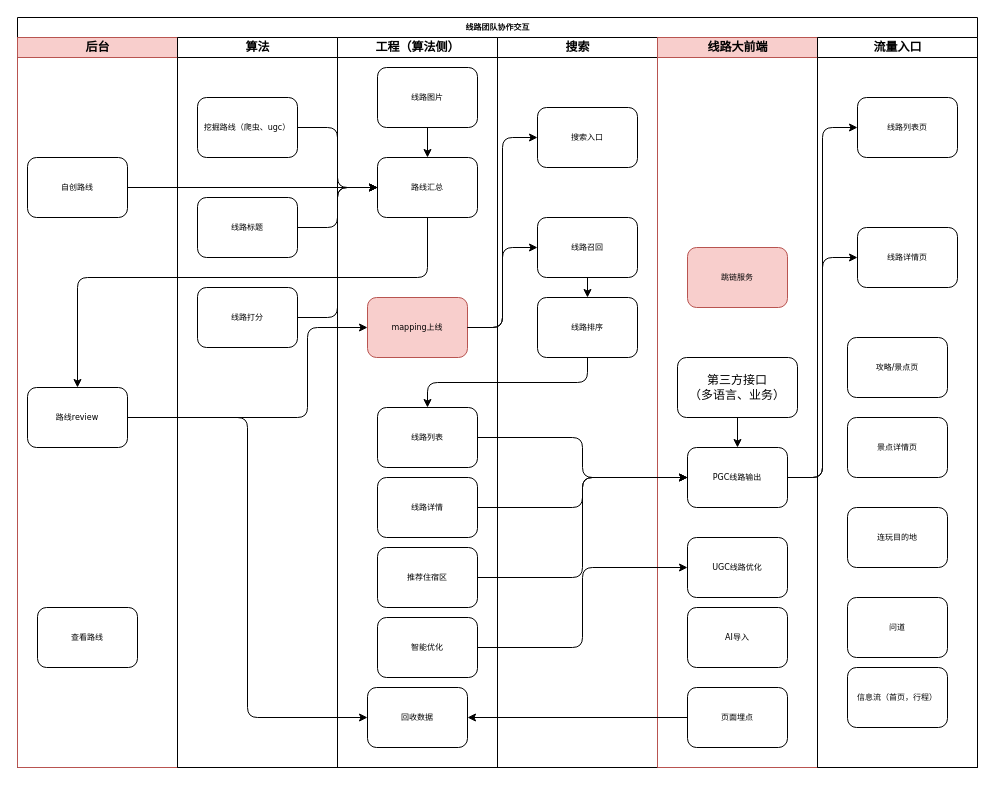
The draw.io diagram page "PGC线路团队协作图" (1 of 3) of 线路数据流.drawio in tsafo/demo, before the edit. Source tidied: cells renumbered, new cells numbered last; positions are measured from the earlier drawing's top-left corner, leaving out a move shared by most shapes. Both pictures are drawn from the tidied source at 100%, with x=0, y=0 at pixel (17, 17).
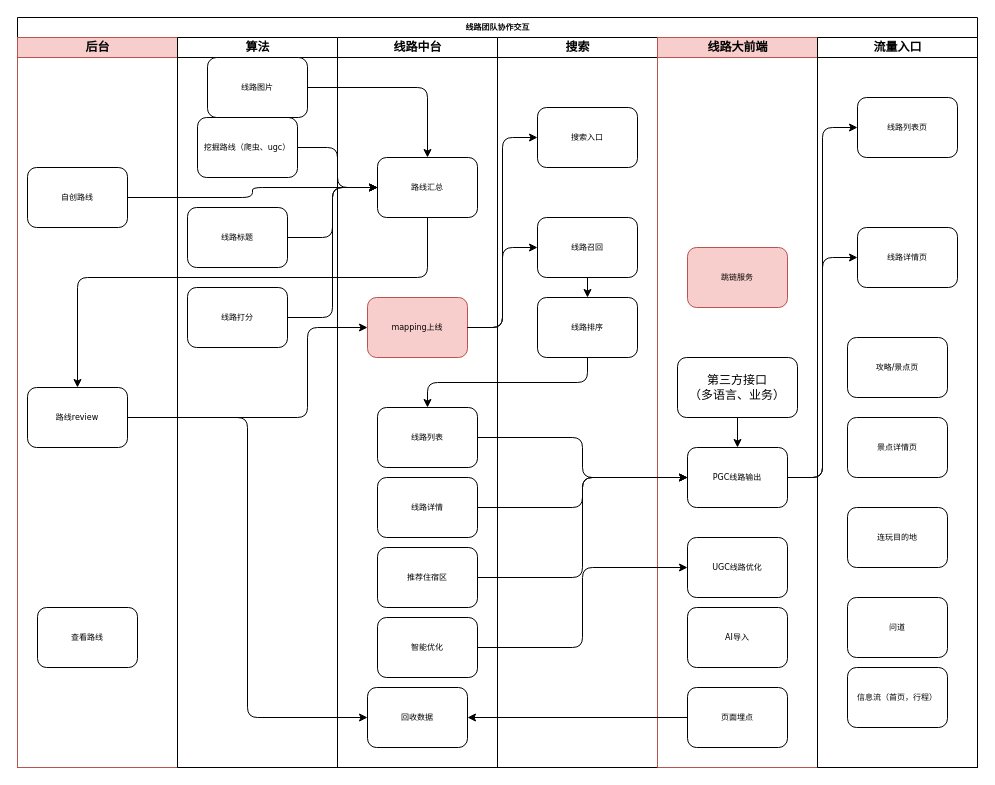
Above is the later version.

Unchanged cells that the change refers to:
```xml
<mxCell id="2" value="线路团队协作交互" style="swimlane;html=1;startSize=20;rounded=0;shadow=0;labelBackgroundColor=none;strokeWidth=1;fontFamily=Verdana;fontSize=8;align=center;" parent="1" vertex="1">
  <mxGeometry width="960" height="750" as="geometry" />
</mxCell>
<mxCell id="3" value="后台" style="swimlane;html=1;startSize=20;fillColor=#f8cecc;strokeColor=#b85450;" parent="2" vertex="1">
  <mxGeometry y="20" width="160" height="730" as="geometry" />
</mxCell>
<mxCell id="7" value="算法" style="swimlane;html=1;startSize=20;" parent="2" vertex="1">
  <mxGeometry x="160" y="20" width="160" height="730" as="geometry" />
</mxCell>
<mxCell id="12" value="路线汇总" style="rounded=1;whiteSpace=wrap;html=1;shadow=0;labelBackgroundColor=none;strokeWidth=1;fontFamily=Verdana;fontSize=8;align=center;" parent="11" vertex="1">
  <mxGeometry x="40" y="120" width="100" height="60" as="geometry" />
</mxCell>
```

Change to the diagram source:
```diff
@@
     <mxCell id="4" value="自创路线" style="rounded=1;whiteSpace=wrap;html=1;shadow=0;labelBackgroundColor=none;strokeWidth=1;fontFamily=Verdana;fontSize=8;align=center;" parent="3" vertex="1">
-      <mxGeometry x="10" y="120" width="100" height="60" as="geometry" />
+      <mxGeometry x="10" y="130" width="100" height="60" as="geometry" />
     </mxCell>
@@
     <mxCell id="8" value="挖掘路线（爬虫、ugc）" style="rounded=1;whiteSpace=wrap;html=1;shadow=0;labelBackgroundColor=none;strokeWidth=1;fontFamily=Verdana;fontSize=8;align=center;" parent="7" vertex="1">
-      <mxGeometry x="20" y="60" width="100" height="60" as="geometry" />
+      <mxGeometry x="20" y="80" width="100" height="60" as="geometry" />
     </mxCell>
     <mxCell id="9" value="线路标题" style="rounded=1;whiteSpace=wrap;html=1;shadow=0;labelBackgroundColor=none;strokeWidth=1;fontFamily=Verdana;fontSize=8;align=center;" parent="7" vertex="1">
-      <mxGeometry x="20" y="160" width="100" height="60" as="geometry" />
+      <mxGeometry x="10" y="170" width="100" height="60" as="geometry" />
     </mxCell>
     <mxCell id="10" value="线路打分" style="rounded=1;whiteSpace=wrap;html=1;shadow=0;labelBackgroundColor=none;strokeWidth=1;fontFamily=Verdana;fontSize=8;align=center;" parent="7" vertex="1">
-      <mxGeometry x="20" y="250" width="100" height="60" as="geometry" />
+      <mxGeometry x="10" y="250" width="100" height="60" as="geometry" />
     </mxCell>
+    <mxCell id="15" value="线路图片" style="rounded=1;whiteSpace=wrap;html=1;shadow=0;labelBackgroundColor=none;strokeWidth=1;fontFamily=Verdana;fontSize=8;align=center;" parent="7" vertex="1">
+      <mxGeometry x="30" y="20" width="100" height="60" as="geometry" />
+    </mxCell>
-    <mxCell id="11" value="工程（算法侧）" style="swimlane;html=1;startSize=20;" parent="2" vertex="1">
+    <mxCell id="11" value="线路中台" style="swimlane;html=1;startSize=20;" parent="2" vertex="1">
       <mxGeometry x="320" y="20" width="160" height="730" as="geometry" />
     </mxCell>
@@
-    <mxCell id="14" style="edgeStyle=orthogonalEdgeStyle;rounded=0;jettySize=auto;html=1;exitX=0.5;exitY=1;exitDx=0;exitDy=0;entryX=0.5;entryY=0;entryDx=0;entryDy=0;" parent="11" edge="1" source="15" target="12">
-      <mxGeometry relative="1" as="geometry" />
-    </mxCell>
-    <mxCell id="15" value="线路图片" style="rounded=1;whiteSpace=wrap;html=1;shadow=0;labelBackgroundColor=none;strokeWidth=1;fontFamily=Verdana;fontSize=8;align=center;" parent="11" vertex="1">
-      <mxGeometry x="40" y="30" width="100" height="60" as="geometry" />
-    </mxCell>
@@
+    <mxCell id="14" style="edgeStyle=orthogonalEdgeStyle;rounded=1;jettySize=auto;html=1;exitX=1;exitY=0.5;exitDx=0;exitDy=0;entryX=0.5;entryY=0;entryDx=0;entryDy=0;curved=0;" parent="2" edge="1" source="15" target="12">
+      <mxGeometry relative="1" as="geometry" />
+    </mxCell>
```
